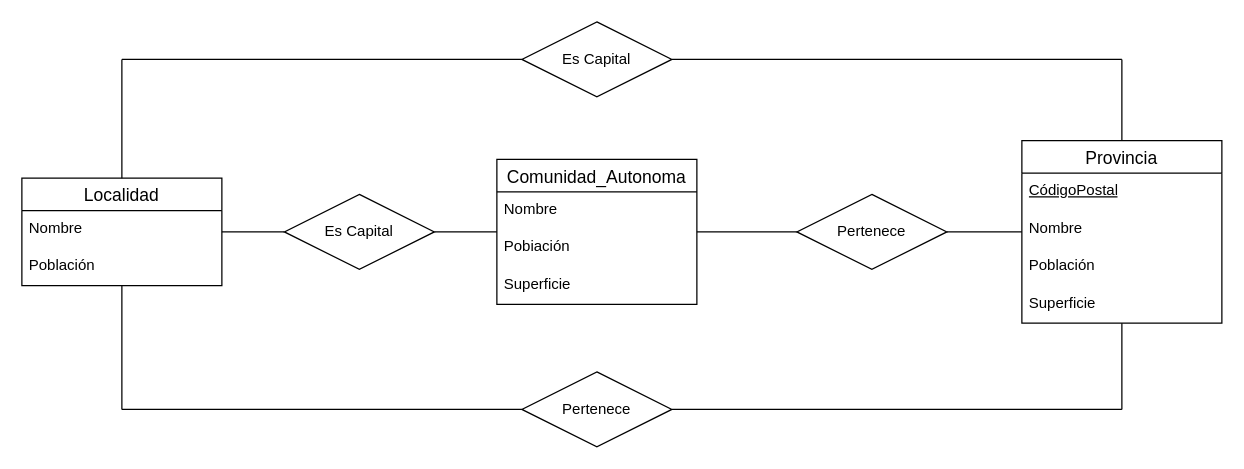
The draw.io diagram Ej3.drawio in AlejandroCara/acr-tsys-modeloER-drawio-1110, before the edit. Source tidied: cells renumbered, new cells numbered last; positions are measured from the earlier drawing's top-left corner, leaving out a move shared by most shapes. Both pictures are drawn from the tidied source at 125%, with x=0, y=0 at pixel (21, 21).
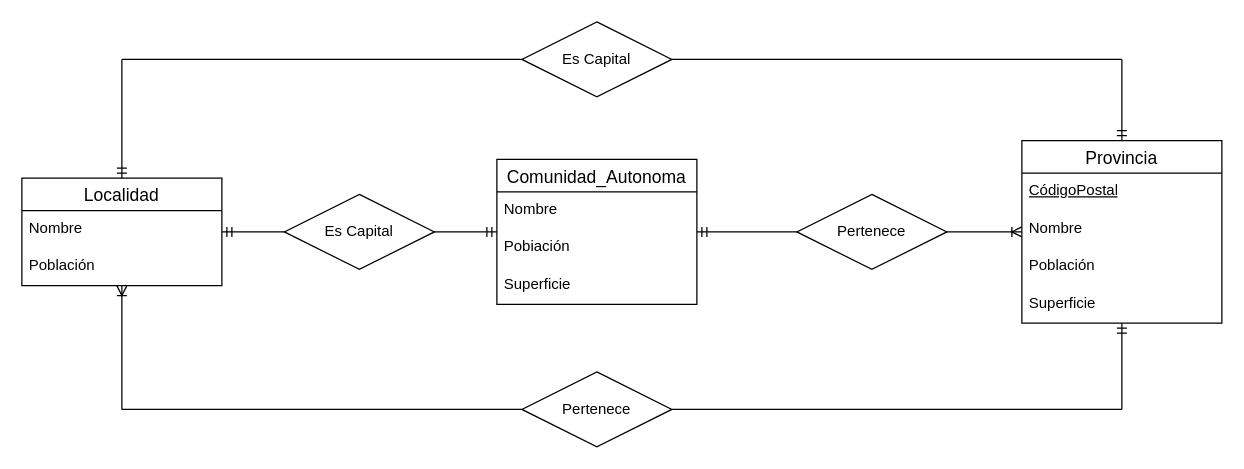
After the change.

The change refers to these unchanged cells:
```xml
<mxCell id="2" value="Localidad" style="swimlane;fontStyle=0;horizontal=1;startSize=26;align=center;fontSize=14;" parent="1" vertex="1">
  <mxGeometry y="125" width="160" height="86" as="geometry" />
</mxCell>
<mxCell id="5" value="Provincia" style="swimlane;fontStyle=0;horizontal=1;startSize=26;align=center;fontSize=14;" parent="1" vertex="1">
  <mxGeometry x="800" y="95" width="160" height="146" as="geometry" />
</mxCell>
<mxCell id="10" value="Comunidad_Autonoma" style="swimlane;fontStyle=0;horizontal=1;startSize=26;align=center;fontSize=14;" parent="1" vertex="1">
  <mxGeometry x="380" y="110" width="160" height="116" as="geometry" />
</mxCell>
<mxCell id="19" value="Pertenece" style="shape=rhombus;perimeter=rhombusPerimeter;whiteSpace=wrap;html=1;align=center;" parent="1" vertex="1">
  <mxGeometry x="620" y="138" width="120" height="60" as="geometry" />
</mxCell>
<mxCell id="22" value="Es Capital" style="shape=rhombus;perimeter=rhombusPerimeter;whiteSpace=wrap;html=1;align=center;" parent="1" vertex="1">
  <mxGeometry x="210" y="138" width="120" height="60" as="geometry" />
</mxCell>
```

Change to the diagram source:
```diff
@@
-    <mxCell id="15" style="endArrow=none;html=1;rounded=0;" parent="1" edge="1" target="2">
+    <mxCell id="15" style="endArrow=ERoneToMany;html=1;rounded=0;endFill=0;" parent="1" edge="1" target="2">
       <mxGeometry relative="1" as="geometry">
         <mxPoint x="80" y="310" as="sourcePoint" />
       </mxGeometry>
     </mxCell>
@@
-    <mxCell id="18" style="endArrow=none;html=1;rounded=0;" parent="1" edge="1" source="5">
+    <mxCell id="18" style="endArrow=none;html=1;rounded=0;startArrow=ERmandOne;startFill=0;" parent="1" edge="1" source="5">
       <mxGeometry relative="1" as="geometry">
         <mxPoint x="880" y="310" as="targetPoint" />
       </mxGeometry>
     </mxCell>
@@
-    <mxCell id="20" style="endArrow=none;html=1;rounded=0;entryX=0;entryY=0.5;entryDx=0;entryDy=0;" parent="1" edge="1" source="10" target="19">
+    <mxCell id="20" style="endArrow=none;html=1;rounded=0;entryX=0;entryY=0.5;entryDx=0;entryDy=0;startArrow=ERmandOne;startFill=0;" parent="1" edge="1" source="10" target="19">
       <mxGeometry relative="1" as="geometry" />
     </mxCell>
-    <mxCell id="21" style="endArrow=none;html=1;rounded=0;exitX=1;exitY=0.5;exitDx=0;exitDy=0;" parent="1" edge="1" source="19" target="5">
+    <mxCell id="21" style="endArrow=ERoneToMany;html=1;rounded=0;exitX=1;exitY=0.5;exitDx=0;exitDy=0;endFill=0;" parent="1" edge="1" source="19" target="5">
       <mxGeometry relative="1" as="geometry" />
     </mxCell>
@@
-    <mxCell id="23" style="endArrow=none;html=1;rounded=0;exitX=1;exitY=0.5;exitDx=0;exitDy=0;" parent="1" edge="1" source="22" target="10">
+    <mxCell id="23" style="endArrow=ERmandOne;html=1;rounded=0;exitX=1;exitY=0.5;exitDx=0;exitDy=0;endFill=0;" parent="1" edge="1" source="22" target="10">
       <mxGeometry relative="1" as="geometry" />
     </mxCell>
-    <mxCell id="24" style="endArrow=none;html=1;rounded=0;" parent="1" edge="1" source="2" target="22">
+    <mxCell id="24" style="endArrow=none;html=1;rounded=0;startArrow=ERmandOne;startFill=0;" parent="1" edge="1" source="2" target="22">
       <mxGeometry relative="1" as="geometry" />
     </mxCell>
@@
-    <mxCell id="26" style="endArrow=none;html=1;rounded=0;entryX=0.5;entryY=0;entryDx=0;entryDy=0;" parent="1" edge="1" target="2">
+    <mxCell id="26" style="endArrow=ERmandOne;html=1;rounded=0;entryX=0.5;entryY=0;entryDx=0;entryDy=0;endFill=0;" parent="1" edge="1" target="2">
       <mxGeometry relative="1" as="geometry">
         <mxPoint x="80" y="30" as="sourcePoint" />
       </mxGeometry>
     </mxCell>
@@
-    <mxCell id="29" style="endArrow=none;html=1;rounded=0;entryX=0.5;entryY=0;entryDx=0;entryDy=0;" parent="1" edge="1" target="5">
+    <mxCell id="29" style="endArrow=ERmandOne;html=1;rounded=0;entryX=0.5;entryY=0;entryDx=0;entryDy=0;endFill=0;" parent="1" edge="1" target="5">
       <mxGeometry relative="1" as="geometry">
         <mxPoint x="880" y="30" as="sourcePoint" />
       </mxGeometry>
     </mxCell>
```
